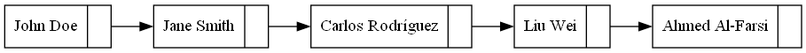
Earlier version of the Graphviz export cmake-build-debug/ColaPasajeros.png (Samashoas/202109705_EDD_Practica). Its source is kept beside it as cmake-build-debug/ColaPasajeros.dot. Source of this version:
```dot
digraph G {
rankdir=LR;
node [shape = record];
node0 [label = "{<data> John Doe | <next> }"];
"node0":next -> "node1":data;
node1 [label = "{<data> Jane Smith | <next> }"];
"node1":next -> "node2":data;
node2 [label = "{<data> Carlos Rodríguez | <next> }"];
"node2":next -> "node3":data;
node3 [label = "{<data> Liu Wei | <next> }"];
"node3":next -> "node4":data;
node4 [label = "{<data> Ahmed Al-Farsi | <next> }"];
}
```
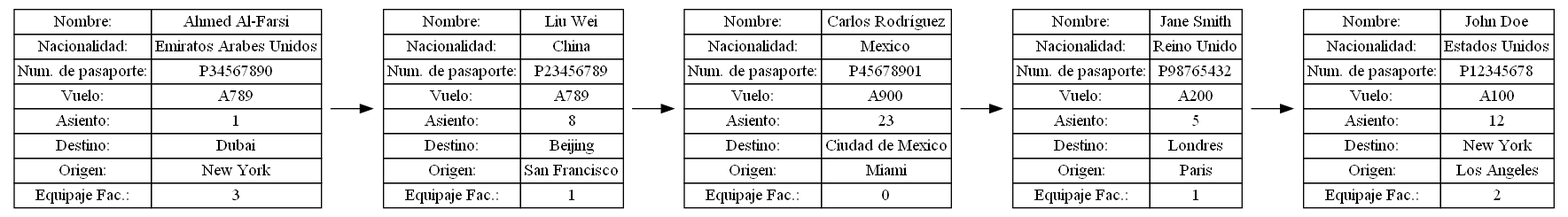
After the change.

Commit message:
Reporte Cola

What changed in the source:
```diff
@@ -1,13 +1,58 @@
 digraph G {
 rankdir=LR;
-node [shape = record];
-node0 [label = "{<data> John Doe | <next> }"];
-"node0":next -> "node1":data;
-node1 [label = "{<data> Jane Smith | <next> }"];
-"node1":next -> "node2":data;
-node2 [label = "{<data> Carlos Rodríguez | <next> }"];
-"node2":next -> "node3":data;
-node3 [label = "{<data> Liu Wei | <next> }"];
-"node3":next -> "node4":data;
-node4 [label = "{<data> Ahmed Al-Farsi | <next> }"];
+node [shape = none];
+node0 [label = <<table border="0" cellborder="1" cellspacing="0">
+<tr><td>Nombre:</td><td>John Doe</td></tr>
+<tr><td>Nacionalidad:</td><td>Estados Unidos</td></tr>
+<tr><td>Num. de pasaporte:</td><td>P12345678</td></tr>
+<tr><td>Vuelo:</td><td>A100</td></tr>
+<tr><td>Asiento:</td><td>12</td></tr>
+<tr><td>Destino:</td><td>New York</td></tr>
+<tr><td>Origen:</td><td>Los Angeles</td></tr>
+<tr><td>Equipaje Fac.:</td><td>2</td></tr>
+</table>>];
+"node1" -> "node0";
+node1 [label = <<table border="0" cellborder="1" cellspacing="0">
+<tr><td>Nombre:</td><td>Jane Smith</td></tr>
+<tr><td>Nacionalidad:</td><td>Reino Unido</td></tr>
+<tr><td>Num. de pasaporte:</td><td>P98765432</td></tr>
+<tr><td>Vuelo:</td><td>A200</td></tr>
+<tr><td>Asiento:</td><td>5</td></tr>
+<tr><td>Destino:</td><td>Londres</td></tr>
+<tr><td>Origen:</td><td>Paris</td></tr>
+<tr><td>Equipaje Fac.:</td><td>1</td></tr>
+</table>>];
+"node2" -> "node1";
+node2 [label = <<table border="0" cellborder="1" cellspacing="0">
+<tr><td>Nombre:</td><td>Carlos Rodríguez</td></tr>
+<tr><td>Nacionalidad:</td><td>Mexico</td></tr>
+<tr><td>Num. de pasaporte:</td><td>P45678901</td></tr>
+<tr><td>Vuelo:</td><td>A900</td></tr>
+<tr><td>Asiento:</td><td>23</td></tr>
+<tr><td>Destino:</td><td>Ciudad de Mexico</td></tr>
+<tr><td>Origen:</td><td>Miami</td></tr>
+<tr><td>Equipaje Fac.:</td><td>0</td></tr>
+</table>>];
+"node3" -> "node2";
+node3 [label = <<table border="0" cellborder="1" cellspacing="0">
+<tr><td>Nombre:</td><td>Liu Wei</td></tr>
+<tr><td>Nacionalidad:</td><td>China</td></tr>
+<tr><td>Num. de pasaporte:</td><td>P23456789</td></tr>
+<tr><td>Vuelo:</td><td>A789</td></tr>
+<tr><td>Asiento:</td><td>8</td></tr>
+<tr><td>Destino:</td><td>Beijing</td></tr>
+<tr><td>Origen:</td><td>San Francisco</td></tr>
+<tr><td>Equipaje Fac.:</td><td>1</td></tr>
+</table>>];
+"node4" -> "node3";
+node4 [label = <<table border="0" cellborder="1" cellspacing="0">
+<tr><td>Nombre:</td><td>Ahmed Al-Farsi</td></tr>
+<tr><td>Nacionalidad:</td><td>Emiratos Arabes Unidos</td></tr>
+<tr><td>Num. de pasaporte:</td><td>P34567890</td></tr>
+<tr><td>Vuelo:</td><td>A789</td></tr>
+<tr><td>Asiento:</td><td>1</td></tr>
+<tr><td>Destino:</td><td>Dubai</td></tr>
+<tr><td>Origen:</td><td>New York</td></tr>
+<tr><td>Equipaje Fac.:</td><td>3</td></tr>
+</table>>];
 }
```
